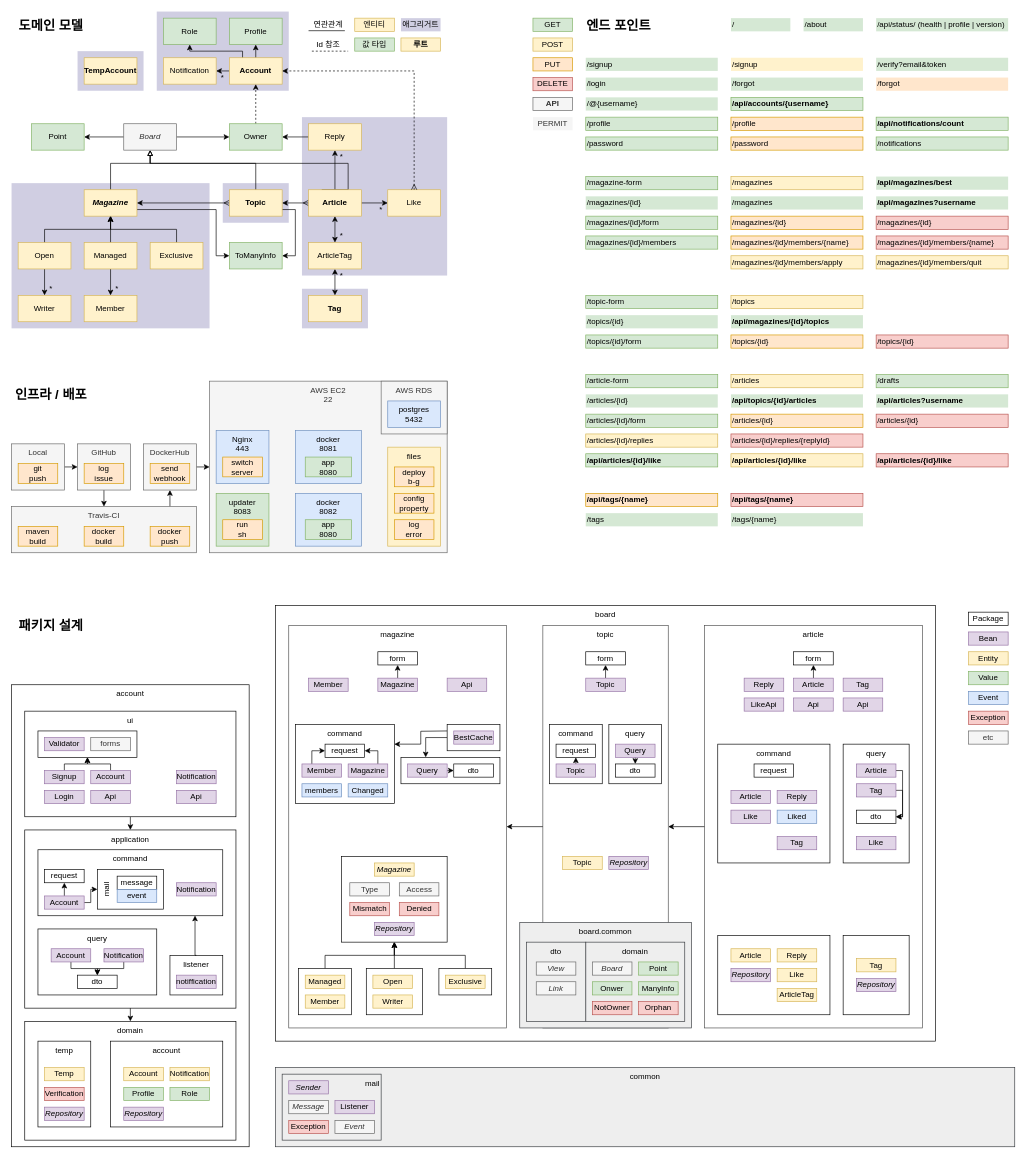
This is diagram.drawio from suloginscene/dinner, a draw.io file, before an edit. Source tidied: cells renumbered, new cells numbered last; positions are measured from the earlier drawing's top-left corner, leaving out a move shared by most shapes. Both pictures are drawn from the tidied source at 66%, with x=0, y=0 at pixel (11, 11).
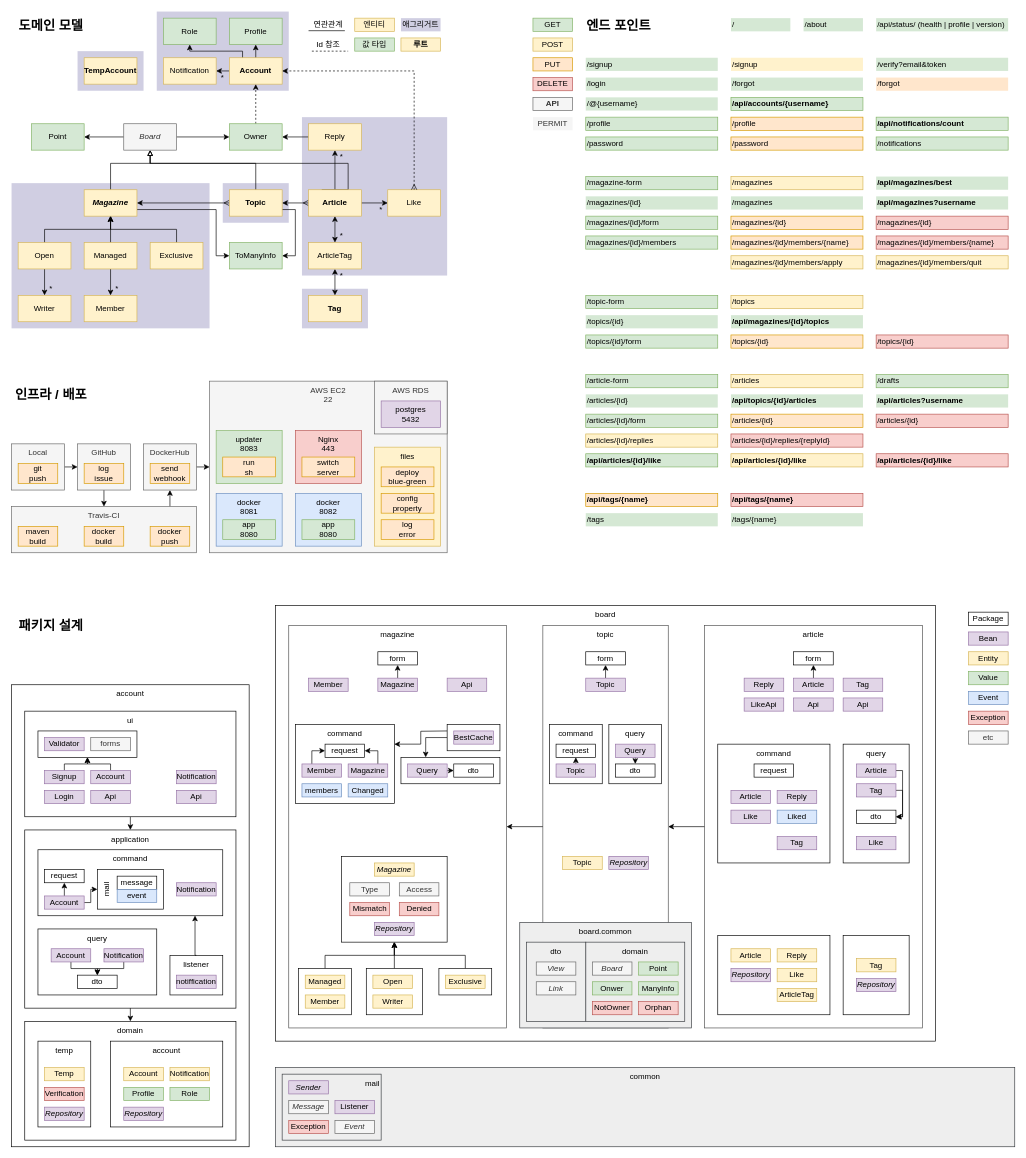
The same diagram, later.

What changed in the source:
```diff
@@
     <mxCell id="315" value="app&lt;br&gt;8080" style="rounded=0;whiteSpace=wrap;html=1;strokeColor=#82b366;fillColor=#d5e8d4;fontStyle=0;" parent="1" vertex="1">
-      <mxGeometry x="445" y="770" width="70" height="30" as="geometry" />
+      <mxGeometry x="440" y="770" width="80" height="30" as="geometry" />
     </mxCell>
     <mxCell id="316" value="updater&lt;br&gt;8083" style="rounded=0;whiteSpace=wrap;html=1;strokeColor=#82b366;fillColor=#d5e8d4;fontStyle=0;horizontal=1;verticalAlign=top;" parent="1" vertex="1">
-      <mxGeometry x="310" y="730" width="80" height="80" as="geometry" />
+      <mxGeometry x="310" y="635" width="100" height="80" as="geometry" />
     </mxCell>
     <mxCell id="317" value="run&lt;br&gt;sh" style="rounded=0;whiteSpace=wrap;html=1;strokeColor=#d79b00;fillColor=#ffe6cc;fontStyle=0;" parent="1" vertex="1">
-      <mxGeometry x="320" y="770" width="60" height="30" as="geometry" />
+      <mxGeometry x="320" y="675" width="80" height="30" as="geometry" />
     </mxCell>
     <mxCell id="318" value="AWS RDS" style="rounded=0;whiteSpace=wrap;html=1;horizontal=1;verticalAlign=top;fillColor=#f5f5f5;strokeColor=#666666;fontColor=#333333;" parent="1" vertex="1">
-      <mxGeometry x="560" y="560" width="100" height="80" as="geometry" />
+      <mxGeometry x="550" y="560" width="110" height="80" as="geometry" />
     </mxCell>
-    <mxCell id="319" value="postgres&lt;br&gt;5432" style="rounded=0;whiteSpace=wrap;html=1;strokeColor=#6c8ebf;fillColor=#dae8fc;fontStyle=0;horizontal=1;verticalAlign=middle;" parent="1" vertex="1">
-      <mxGeometry x="570" y="590" width="80" height="40" as="geometry" />
+    <mxCell id="319" value="postgres&lt;br&gt;5432" style="rounded=0;whiteSpace=wrap;html=1;strokeColor=#9673a6;fillColor=#e1d5e7;fontStyle=0;horizontal=1;verticalAlign=middle;" parent="1" vertex="1">
+      <mxGeometry x="560" y="590" width="90" height="40" as="geometry" />
     </mxCell>
     <mxCell id="320" value="files" style="rounded=0;whiteSpace=wrap;html=1;strokeColor=#d6b656;fillColor=#fff2cc;fontStyle=0;horizontal=1;verticalAlign=top;" parent="1" vertex="1">
-      <mxGeometry x="570" y="660" width="80" height="150" as="geometry" />
+      <mxGeometry x="550" y="660" width="100" height="150" as="geometry" />
     </mxCell>
     <mxCell id="321" value="config&lt;br&gt;property" style="rounded=0;whiteSpace=wrap;html=1;strokeColor=#d79b00;fillColor=#ffe6cc;fontStyle=0;horizontal=1;verticalAlign=middle;" parent="1" vertex="1">
-      <mxGeometry x="580" y="730" width="60" height="30" as="geometry" />
+      <mxGeometry x="560" y="730" width="80" height="30" as="geometry" />
     </mxCell>
     <mxCell id="322" value="log&lt;br&gt;error" style="rounded=0;whiteSpace=wrap;html=1;strokeColor=#d79b00;fillColor=#ffe6cc;fontStyle=0;horizontal=1;verticalAlign=middle;" parent="1" vertex="1">
-      <mxGeometry x="580" y="770" width="60" height="30" as="geometry" />
+      <mxGeometry x="560" y="770" width="80" height="30" as="geometry" />
     </mxCell>
-    <mxCell id="323" value="deploy&lt;br&gt;b-g" style="rounded=0;whiteSpace=wrap;html=1;strokeColor=#d79b00;fillColor=#ffe6cc;fontStyle=0;horizontal=1;verticalAlign=middle;" parent="1" vertex="1">
-      <mxGeometry x="580" y="690" width="60" height="30" as="geometry" />
+    <mxCell id="323" value="deploy&lt;br&gt;blue-green" style="rounded=0;whiteSpace=wrap;html=1;strokeColor=#d79b00;fillColor=#ffe6cc;fontStyle=0;horizontal=1;verticalAlign=middle;" parent="1" vertex="1">
+      <mxGeometry x="560" y="690" width="80" height="30" as="geometry" />
     </mxCell>
-    <mxCell id="324" value="Nginx&lt;br&gt;443" style="rounded=0;whiteSpace=wrap;html=1;strokeColor=#6c8ebf;fillColor=#dae8fc;fontStyle=0;horizontal=1;verticalAlign=top;" parent="1" vertex="1">
-      <mxGeometry x="310" y="635" width="80" height="80" as="geometry" />
+    <mxCell id="324" value="Nginx&lt;br&gt;443" style="rounded=0;whiteSpace=wrap;html=1;strokeColor=#b85450;fillColor=#f8cecc;fontStyle=0;horizontal=1;verticalAlign=top;" parent="1" vertex="1">
+      <mxGeometry x="430" y="635" width="100" height="80" as="geometry" />
     </mxCell>
     <mxCell id="325" value="switch&lt;br&gt;server" style="rounded=0;whiteSpace=wrap;html=1;strokeColor=#d79b00;fillColor=#ffe6cc;fontStyle=0;" parent="1" vertex="1">
-      <mxGeometry x="320" y="675" width="60" height="30" as="geometry" />
+      <mxGeometry x="440" y="675" width="80" height="30" as="geometry" />
     </mxCell>
     <mxCell id="326" value="docker&lt;br&gt;8081" style="rounded=0;whiteSpace=wrap;html=1;strokeColor=#6c8ebf;fillColor=#dae8fc;fontStyle=0;horizontal=1;verticalAlign=top;" parent="1" vertex="1">
-      <mxGeometry x="430" y="635" width="100" height="80" as="geometry" />
+      <mxGeometry x="310" y="730" width="100" height="80" as="geometry" />
     </mxCell>
     <mxCell id="327" value="app&lt;br&gt;8080" style="rounded=0;whiteSpace=wrap;html=1;strokeColor=#82b366;fillColor=#d5e8d4;fontStyle=0;" parent="1" vertex="1">
-      <mxGeometry x="445" y="675" width="70" height="30" as="geometry" />
+      <mxGeometry x="320" y="770" width="80" height="30" as="geometry" />
     </mxCell>
```
